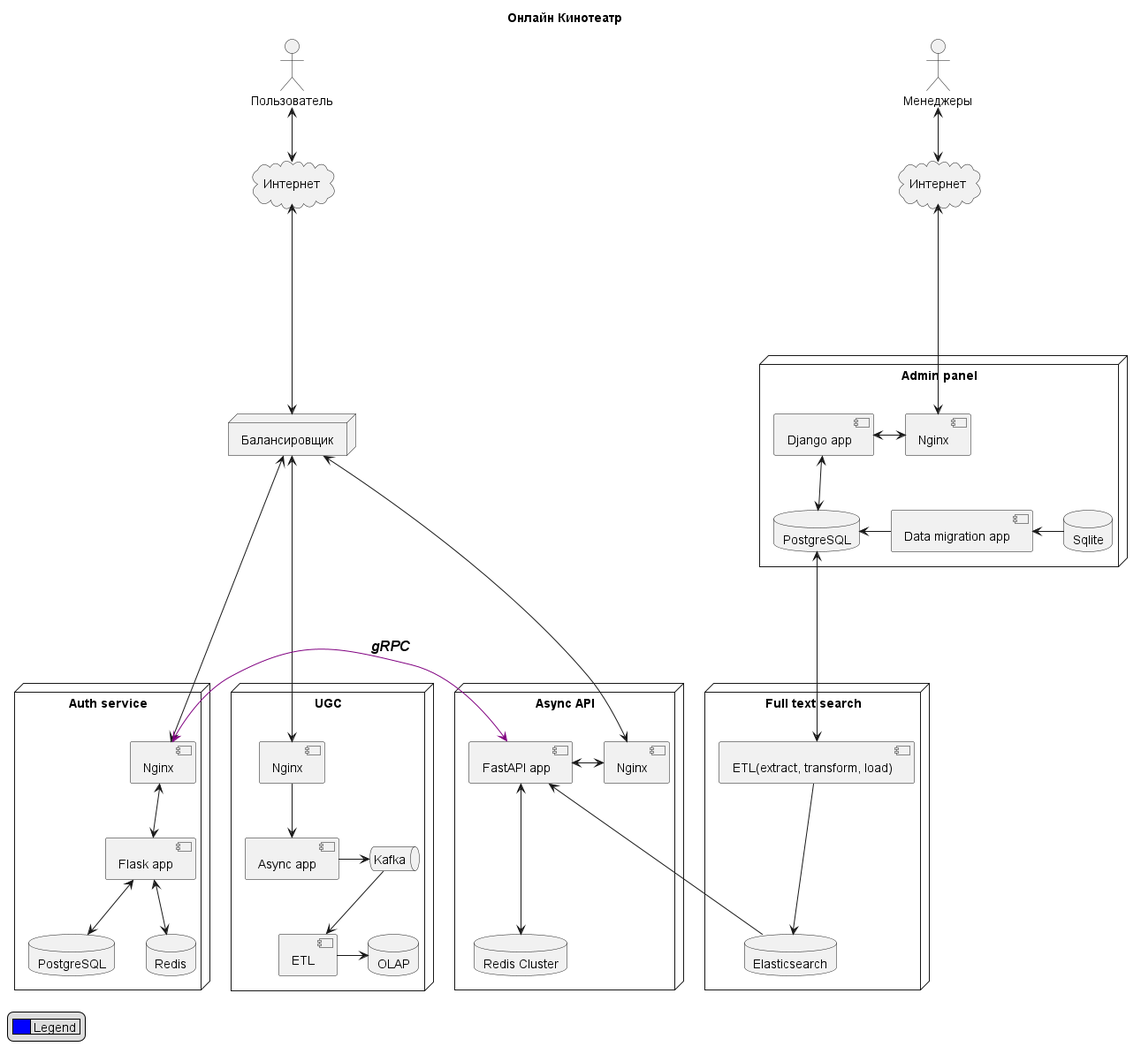
Before: diagram/diagram.png, a diagram exported from PlantUML (Natrezzim/ugc_sprint_1).
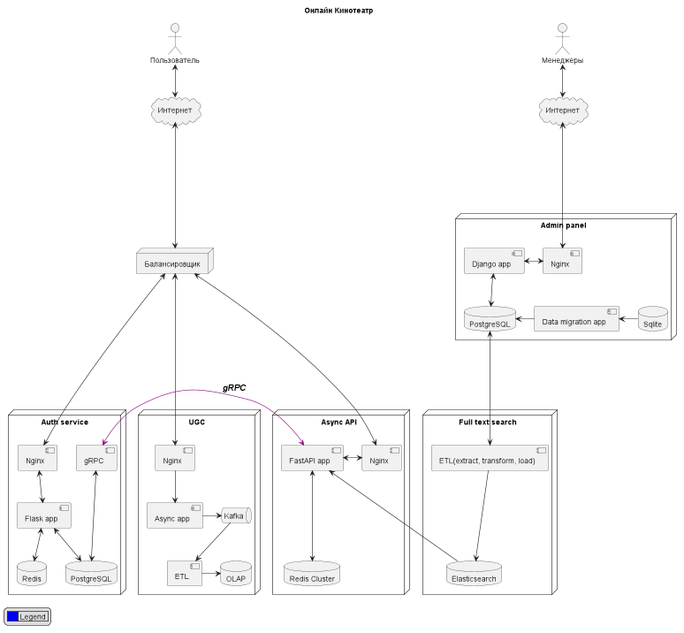
Above is the later version.

Change to the diagram source:
```diff
@@ -46,9 +46,11 @@
 database "PostgreSQL" as auth_db_pg
 database "Redis" as auth_db_redis
 component "Nginx" as auth_nginx
+component "gRPC" as auth_grpc
 auth_flask_app <--> auth_db_pg
 auth_flask_app <--> auth_db_redis
 auth_nginx <--> auth_flask_app
+auth_grpc <---> auth_db_pg
 }
 
 node "UGC" as ugc{
@@ -67,7 +69,7 @@
 api <----> auth_nginx
 api <----> asyncapi_nginx
 api <----> ugc_nginx
-auth_nginx <-[#800080]> asyncapi_app : <size:16><i><b>gRPC</b></i></size>\n
+auth_grpc <-[#800080]> asyncapi_app : <size:16><i><b>gRPC</b></i></size>\n
 
 ap_db_pg <---> fts_etl
 asyncapi_app <--- fts_elastic
```
